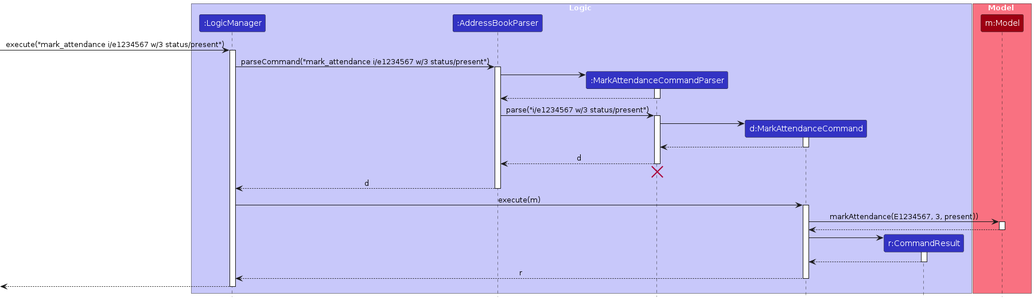
AY2526S1-CS2103T-W11-1/tp keeps this PlantUML diagram as diagrams/MarkAttendanceSequenceDiagram.png. Above is the earlier version. Its source is kept beside it as diagrams/MarkAttendanceSequenceDiagram.puml. The source it was exported from:
```plantuml
@startuml
!include style.puml
skinparam ArrowFontStyle plain

box Logic LOGIC_COLOR_T1
participant ":LogicManager" as LogicManager LOGIC_COLOR
participant ":AddressBookParser" as AddressBookParser LOGIC_COLOR
participant ":MarkAttendanceCommandParser" as MarkAttendanceCommandParser LOGIC_COLOR
participant "d:MarkAttendanceCommand" as MarkAttendanceCommand LOGIC_COLOR
participant "r:CommandResult" as CommandResult LOGIC_COLOR
end box

box Model MODEL_COLOR_T1
participant "m:Model" as Model MODEL_COLOR
end box

[-> LogicManager : execute("mark_attendance i/e1234567 w/3 status/present")
activate LogicManager

LogicManager -> AddressBookParser : parseCommand("mark_attendance i/e1234567 w/3 status/present")
activate AddressBookParser

create MarkAttendanceCommandParser
AddressBookParser -> MarkAttendanceCommandParser
activate MarkAttendanceCommandParser

MarkAttendanceCommandParser --> AddressBookParser
deactivate MarkAttendanceCommandParser

AddressBookParser -> MarkAttendanceCommandParser : parse("i/e1234567 w/3 status/present")
activate MarkAttendanceCommandParser

create MarkAttendanceCommand
MarkAttendanceCommandParser -> MarkAttendanceCommand
activate MarkAttendanceCommand

MarkAttendanceCommand --> MarkAttendanceCommandParser :
deactivate MarkAttendanceCommand

MarkAttendanceCommandParser --> AddressBookParser : d
deactivate MarkAttendanceCommandParser
MarkAttendanceCommandParser -[hidden]-> AddressBookParser
destroy MarkAttendanceCommandParser

AddressBookParser --> LogicManager : d
deactivate AddressBookParser

LogicManager -> MarkAttendanceCommand : execute(m)
activate MarkAttendanceCommand

MarkAttendanceCommand -> Model : markAttendance(E1234567, 3, present))
activate Model

Model --> MarkAttendanceCommand
deactivate Model

create CommandResult
MarkAttendanceCommand -> CommandResult
activate CommandResult

CommandResult --> MarkAttendanceCommand
deactivate CommandResult

MarkAttendanceCommand --> LogicManager : r
deactivate MarkAttendanceCommand

[<--LogicManager
deactivate LogicManager
@enduml
```
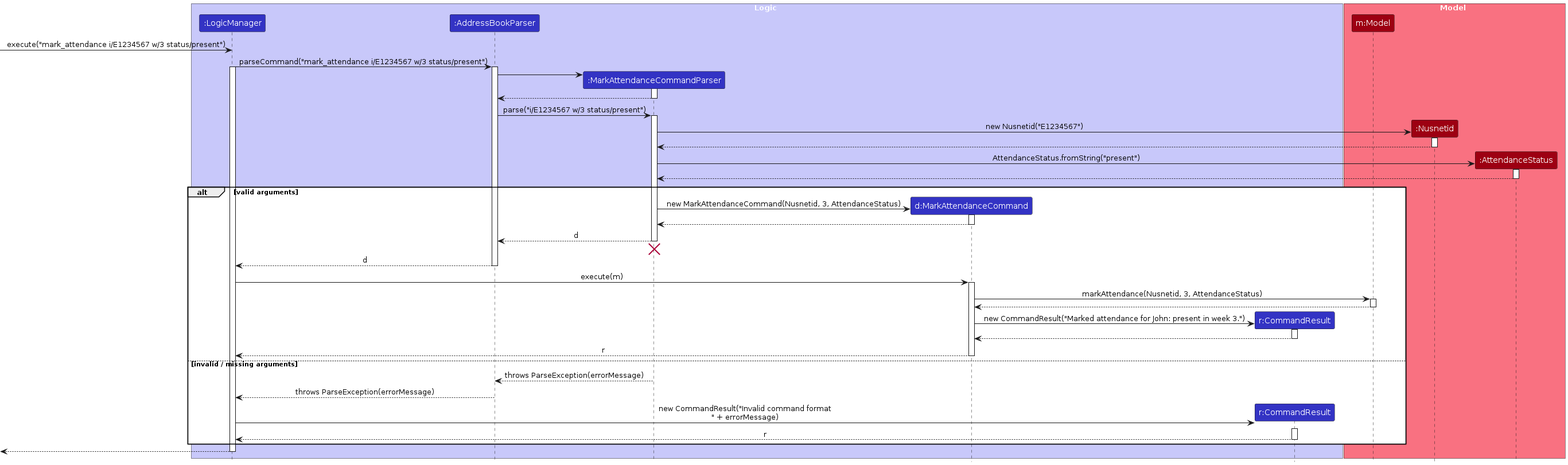
Above is the later version.

Change to the diagram source:
```diff
@@ -12,12 +12,14 @@
 
 box Model MODEL_COLOR_T1
 participant "m:Model" as Model MODEL_COLOR
+participant ":Nusnetid" as Nusnetid MODEL_COLOR
+participant ":AttendanceStatus" as AttendanceStatus MODEL_COLOR
 end box
 
-[-> LogicManager : execute("mark_attendance i/e1234567 w/3 status/present")
+[-> LogicManager : execute("mark_attendance i/E1234567 w/3 status/present")
+
+LogicManager -> AddressBookParser : parseCommand("mark_attendance i/E1234567 w/3 status/present")
 activate LogicManager
-
-LogicManager -> AddressBookParser : parseCommand("mark_attendance i/e1234567 w/3 status/present")
 activate AddressBookParser
 
 create MarkAttendanceCommandParser
@@ -27,43 +29,67 @@
 MarkAttendanceCommandParser --> AddressBookParser
 deactivate MarkAttendanceCommandParser
 
-AddressBookParser -> MarkAttendanceCommandParser : parse("i/e1234567 w/3 status/present")
+AddressBookParser -> MarkAttendanceCommandParser : parse("i/E1234567 w/3 status/present")
 activate MarkAttendanceCommandParser
 
-create MarkAttendanceCommand
-MarkAttendanceCommandParser -> MarkAttendanceCommand
-activate MarkAttendanceCommand
+create Nusnetid
+MarkAttendanceCommandParser -> Nusnetid : new Nusnetid("E1234567")
+activate Nusnetid
+Nusnetid --> MarkAttendanceCommandParser
+deactivate Nusnetid
 
-MarkAttendanceCommand --> MarkAttendanceCommandParser :
-deactivate MarkAttendanceCommand
+create AttendanceStatus
+MarkAttendanceCommandParser -> AttendanceStatus : AttendanceStatus.fromString("present")
+activate AttendanceStatus
+AttendanceStatus --> MarkAttendanceCommandParser
+deactivate AttendanceStatus
 
-MarkAttendanceCommandParser --> AddressBookParser : d
-deactivate MarkAttendanceCommandParser
-MarkAttendanceCommandParser -[hidden]-> AddressBookParser
-destroy MarkAttendanceCommandParser
+alt valid arguments
+    create MarkAttendanceCommand
+    MarkAttendanceCommandParser -> MarkAttendanceCommand : new MarkAttendanceCommand(Nusnetid, 3, AttendanceStatus)
+    activate MarkAttendanceCommand
+    MarkAttendanceCommand --> MarkAttendanceCommandParser
+    deactivate MarkAttendanceCommand
 
-AddressBookParser --> LogicManager : d
-deactivate AddressBookParser
+    MarkAttendanceCommandParser --> AddressBookParser : d
+    deactivate MarkAttendanceCommandParser
+    MarkAttendanceCommandParser -[hidden]-> AddressBookParser
+    destroy MarkAttendanceCommandParser
 
-LogicManager -> MarkAttendanceCommand : execute(m)
-activate MarkAttendanceCommand
+    AddressBookParser --> LogicManager : d
+    deactivate AddressBookParser
 
-MarkAttendanceCommand -> Model : markAttendance(E1234567, 3, present))
-activate Model
+    LogicManager -> MarkAttendanceCommand : execute(m)
+    activate MarkAttendanceCommand
 
-Model --> MarkAttendanceCommand
-deactivate Model
+    MarkAttendanceCommand -> Model : markAttendance(Nusnetid, 3, AttendanceStatus)
+    activate Model
+    Model --> MarkAttendanceCommand
+    deactivate Model
 
-create CommandResult
-MarkAttendanceCommand -> CommandResult
-activate CommandResult
+    create CommandResult
+    MarkAttendanceCommand -> CommandResult : new CommandResult("Marked attendance for John: present in week 3.")
+    activate CommandResult
+    CommandResult --> MarkAttendanceCommand
+    deactivate CommandResult
 
-CommandResult --> MarkAttendanceCommand
-deactivate CommandResult
+    MarkAttendanceCommand --> LogicManager : r
+    deactivate MarkAttendanceCommand
+else invalid / missing arguments
+    MarkAttendanceCommandParser --> AddressBookParser : throws ParseException(errorMessage)
+    deactivate MarkAttendanceCommandParser
 
-MarkAttendanceCommand --> LogicManager : r
-deactivate MarkAttendanceCommand
+    AddressBookParser --> LogicManager : throws ParseException(errorMessage)
+    deactivate AddressBookParser
+
+    create CommandResult
+    LogicManager -> CommandResult : new CommandResult("Invalid command format\n" + errorMessage)
+    activate CommandResult
+    CommandResult --> LogicManager : r
+    deactivate CommandResult
+end
 
 [<--LogicManager
 deactivate LogicManager
+
 @enduml
```
